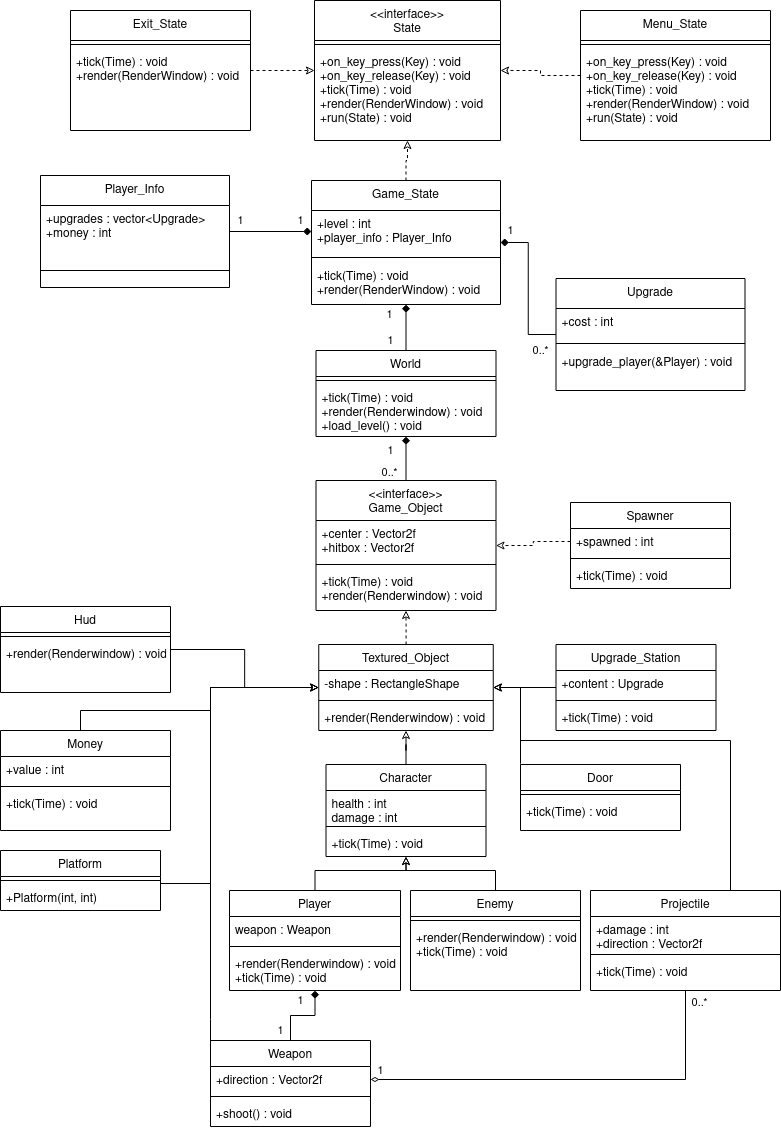
This is designspecifikation/Graphic/overview.png from Nuffsly/GhoulsGunsAndSilverBullets, a draw.io export, as it was before one commit. Source tidied: cells renumbered, new cells last; positions are measured from the earlier drawing's top-left corner, leaving out a move shared by most shapes.
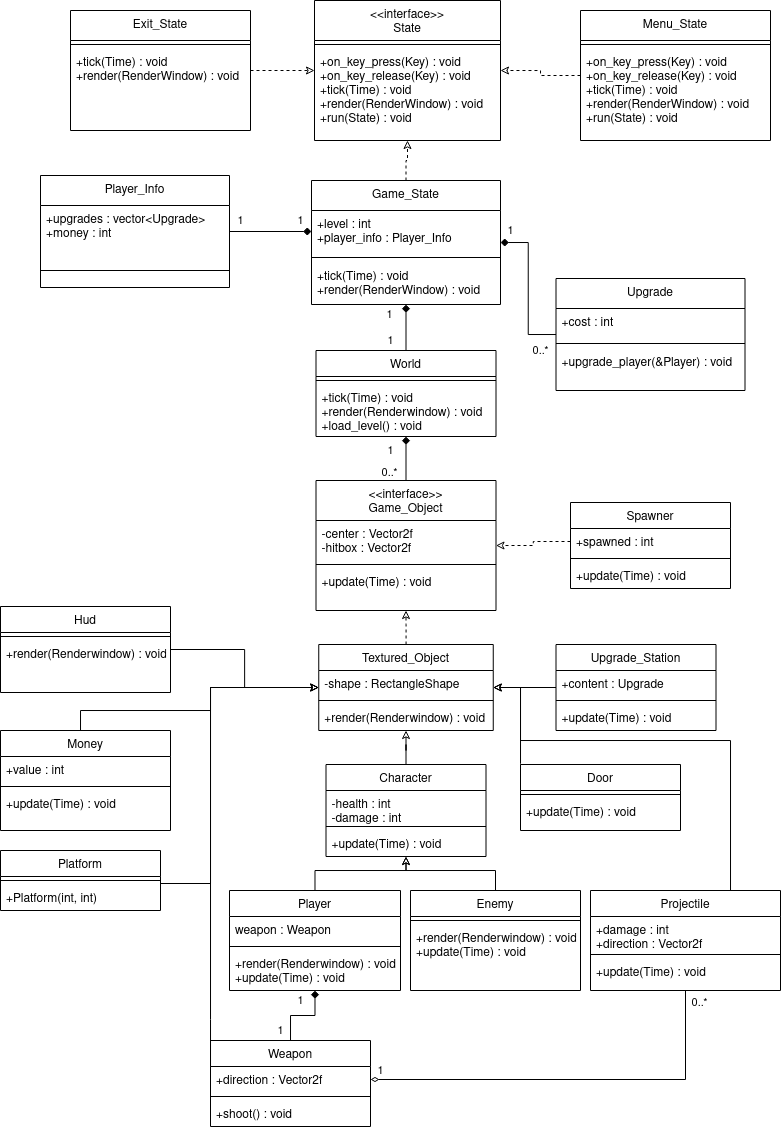
After the commit.

Commit message:
ändringar i designspecen, uppdaterat UML diagram

Change to the diagram source:
```diff
@@ -14,7 +14,7 @@
     <mxCell id="5" style="line;html=1;strokeWidth=1;align=left;verticalAlign=middle;spacingTop=-1;spacingLeft=3;spacingRight=3;labelPosition=right;" parent="3" vertex="1">
       <mxGeometry y="52" width="171" height="8" as="geometry" />
     </mxCell>
-    <mxCell id="6" value="+render(Renderwindow) : void&#10;+tick(Time) : void" style="text;align=left;verticalAlign=top;spacingLeft=4;spacingRight=4;overflow=hidden;" parent="3" vertex="1">
+    <mxCell id="6" value="+render(Renderwindow) : void&#10;+update(Time) : void" style="text;align=left;verticalAlign=top;spacingLeft=4;spacingRight=4;overflow=hidden;" parent="3" vertex="1">
       <mxGeometry y="60" width="171" height="40" as="geometry" />
     </mxCell>
     <mxCell id="7" style="edgeStyle=orthogonalEdgeStyle;rounded=0;jettySize=auto;html=1;startArrow=none;startFill=0;endArrow=classic;endFill=0;strokeColor=#000000;" parent="1" edge="1" source="8" target="85">
@@ -26,7 +26,7 @@
     <mxCell id="9" style="line;html=1;strokeWidth=1;align=left;verticalAlign=middle;spacingTop=-1;spacingLeft=3;spacingRight=3;labelPosition=right;" parent="8" vertex="1">
       <mxGeometry y="26" width="170" height="8" as="geometry" />
     </mxCell>
-    <mxCell id="10" value="+render(Renderwindow) : void&#10;+tick(Time) : void" style="text;align=left;verticalAlign=top;spacingLeft=4;spacingRight=4;overflow=hidden;" parent="8" vertex="1">
+    <mxCell id="10" value="+render(Renderwindow) : void&#10;+update(Time) : void" style="text;align=left;verticalAlign=top;spacingLeft=4;spacingRight=4;overflow=hidden;" parent="8" vertex="1">
       <mxGeometry y="34" width="170" height="40" as="geometry" />
     </mxCell>
     <mxCell id="11" style="edgeStyle=orthogonalEdgeStyle;rounded=0;jettySize=auto;html=1;startArrow=none;startFill=0;endArrow=classic;endFill=0;strokeColor=#000000;" parent="1" edge="1" source="12" target="52">
@@ -47,7 +47,7 @@
     <mxCell id="14" style="line;html=1;strokeWidth=1;align=left;verticalAlign=middle;spacingTop=-1;spacingLeft=3;spacingRight=3;labelPosition=right;" parent="12" vertex="1">
       <mxGeometry y="60" width="190" height="8" as="geometry" />
     </mxCell>
-    <mxCell id="15" value="+tick(Time) : void" style="text;align=left;verticalAlign=top;spacingLeft=4;spacingRight=4;overflow=hidden;" parent="12" vertex="1">
+    <mxCell id="15" value="+update(Time) : void" style="text;align=left;verticalAlign=top;spacingLeft=4;spacingRight=4;overflow=hidden;" parent="12" vertex="1">
       <mxGeometry y="68" width="190" height="32" as="geometry" />
     </mxCell>
     <mxCell id="16" style="edgeStyle=orthogonalEdgeStyle;rounded=0;jettySize=auto;html=1;startArrow=none;startFill=0;endArrow=classic;endFill=0;strokeColor=#000000;" parent="1" edge="1" source="17" target="52">
@@ -68,7 +68,7 @@
     <mxCell id="19" style="line;html=1;strokeWidth=1;align=left;verticalAlign=middle;spacingTop=-1;spacingLeft=3;spacingRight=3;labelPosition=right;" parent="17" vertex="1">
       <mxGeometry y="52" width="170" height="8" as="geometry" />
     </mxCell>
-    <mxCell id="20" value="+tick(Time) : void" style="text;align=left;verticalAlign=top;spacingLeft=4;spacingRight=4;overflow=hidden;" parent="17" vertex="1">
+    <mxCell id="20" value="+update(Time) : void" style="text;align=left;verticalAlign=top;spacingLeft=4;spacingRight=4;overflow=hidden;" parent="17" vertex="1">
       <mxGeometry y="60" width="170" height="40" as="geometry" />
     </mxCell>
     <mxCell id="21" style="edgeStyle=orthogonalEdgeStyle;rounded=0;jettySize=auto;html=1;startArrow=none;startFill=0;endArrow=classic;endFill=0;strokeColor=#000000;" parent="1" edge="1" source="22" target="52">
@@ -83,7 +83,7 @@
     <mxCell id="24" style="line;html=1;strokeWidth=1;align=left;verticalAlign=middle;spacingTop=-1;spacingLeft=3;spacingRight=3;labelPosition=right;" parent="22" vertex="1">
       <mxGeometry y="52" width="160" height="8" as="geometry" />
     </mxCell>
-    <mxCell id="25" value="+tick(Time) : void" style="text;align=left;verticalAlign=top;spacingLeft=4;spacingRight=4;overflow=hidden;" parent="22" vertex="1">
+    <mxCell id="25" value="+update(Time) : void" style="text;align=left;verticalAlign=top;spacingLeft=4;spacingRight=4;overflow=hidden;" parent="22" vertex="1">
       <mxGeometry y="60" width="160" height="26" as="geometry" />
     </mxCell>
     <mxCell id="26" style="edgeStyle=orthogonalEdgeStyle;rounded=0;jettySize=auto;html=1;startArrow=none;startFill=0;endArrow=classic;endFill=0;strokeColor=#000000;" parent="1" edge="1" source="27" target="52">
@@ -156,19 +156,19 @@
     <mxCell id="45" style="line;html=1;strokeWidth=1;align=left;verticalAlign=middle;spacingTop=-1;spacingLeft=3;spacingRight=3;labelPosition=right;" parent="44" vertex="1">
       <mxGeometry y="26" width="160" height="8" as="geometry" />
     </mxCell>
-    <mxCell id="46" value="+tick(Time) : void" style="text;align=left;verticalAlign=top;spacingLeft=4;spacingRight=4;overflow=hidden;" parent="44" vertex="1">
+    <mxCell id="46" value="+update(Time) : void" style="text;align=left;verticalAlign=top;spacingLeft=4;spacingRight=4;overflow=hidden;" parent="44" vertex="1">
       <mxGeometry y="34" width="160" height="26" as="geometry" />
     </mxCell>
     <mxCell id="47" value="&lt;&lt;interface&gt;&gt;&#10;Game_Object" style="swimlane;fontStyle=0;align=center;verticalAlign=top;horizontal=1;startSize=40;rounded=0;shadow=0;strokeWidth=1;" parent="1" vertex="1">
       <mxGeometry x="315.5" y="480" width="180" height="130" as="geometry" />
     </mxCell>
-    <mxCell id="48" value="+center : Vector2f&#10;+hitbox : Vector2f&#10;" style="text;align=left;verticalAlign=top;spacingLeft=4;spacingRight=4;overflow=hidden;" parent="47" vertex="1">
+    <mxCell id="48" value="-center : Vector2f&#10;-hitbox : Vector2f&#10;" style="text;align=left;verticalAlign=top;spacingLeft=4;spacingRight=4;overflow=hidden;" parent="47" vertex="1">
       <mxGeometry y="40" width="180" height="40" as="geometry" />
     </mxCell>
     <mxCell id="49" style="line;html=1;strokeWidth=1;align=left;verticalAlign=middle;spacingTop=-1;spacingLeft=3;spacingRight=3;labelPosition=right;" parent="47" vertex="1">
       <mxGeometry y="80" width="180" height="8" as="geometry" />
     </mxCell>
-    <mxCell id="50" value="+tick(Time) : void&#10;+render(Renderwindow) : void" style="text;align=left;verticalAlign=top;spacingLeft=4;spacingRight=4;overflow=hidden;" parent="47" vertex="1">
+    <mxCell id="50" value="+update(Time) : void" style="text;align=left;verticalAlign=top;spacingLeft=4;spacingRight=4;overflow=hidden;" parent="47" vertex="1">
       <mxGeometry y="88" width="180" height="42" as="geometry" />
     </mxCell>
     <mxCell id="51" style="edgeStyle=orthogonalEdgeStyle;rounded=0;jettySize=auto;html=1;startArrow=none;startFill=0;endArrow=classic;endFill=0;strokeColor=#000000;dashed=1;" parent="1" edge="1" source="52" target="47">
@@ -268,7 +268,7 @@
     <mxCell id="81" style="line;html=1;strokeWidth=1;align=left;verticalAlign=middle;spacingTop=-1;spacingLeft=3;spacingRight=3;labelPosition=right;" parent="79" vertex="1">
       <mxGeometry y="52" width="160" height="8" as="geometry" />
     </mxCell>
-    <mxCell id="82" value="+tick(Time) : void" style="text;align=left;verticalAlign=top;spacingLeft=4;spacingRight=4;overflow=hidden;" parent="79" vertex="1">
+    <mxCell id="82" value="+update(Time) : void" style="text;align=left;verticalAlign=top;spacingLeft=4;spacingRight=4;overflow=hidden;" parent="79" vertex="1">
       <mxGeometry y="60" width="160" height="26" as="geometry" />
     </mxCell>
     <mxCell id="83" style="edgeStyle=orthogonalEdgeStyle;rounded=0;jettySize=auto;html=1;dashed=1;startArrow=none;startFill=0;endArrow=classic;endFill=0;strokeColor=#000000;" parent="1" edge="1" source="80" target="47">
@@ -280,13 +280,13 @@
     <mxCell id="85" value="Character" style="swimlane;fontStyle=0;align=center;verticalAlign=top;horizontal=1;startSize=26;rounded=0;shadow=0;strokeWidth=1;" parent="1" vertex="1">
       <mxGeometry x="325.5" y="764" width="160" height="92" as="geometry" />
     </mxCell>
-    <mxCell id="86" value="health : int&#10;damage : int" style="text;align=left;verticalAlign=top;spacingLeft=4;spacingRight=4;overflow=hidden;" parent="85" vertex="1">
+    <mxCell id="86" value="-health : int&#10;-damage : int" style="text;align=left;verticalAlign=top;spacingLeft=4;spacingRight=4;overflow=hidden;" parent="85" vertex="1">
       <mxGeometry y="26" width="160" height="32" as="geometry" />
     </mxCell>
     <mxCell id="87" style="line;html=1;strokeWidth=1;align=left;verticalAlign=middle;spacingTop=-1;spacingLeft=3;spacingRight=3;labelPosition=right;" parent="85" vertex="1">
       <mxGeometry y="58" width="160" height="8" as="geometry" />
     </mxCell>
-    <mxCell id="88" value="+tick(Time) : void" style="text;align=left;verticalAlign=top;spacingLeft=4;spacingRight=4;overflow=hidden;" parent="85" vertex="1">
+    <mxCell id="88" value="+update(Time) : void" style="text;align=left;verticalAlign=top;spacingLeft=4;spacingRight=4;overflow=hidden;" parent="85" vertex="1">
       <mxGeometry y="66" width="160" height="26" as="geometry" />
     </mxCell>
     <mxCell id="89" value="1" style="edgeLabel;html=1;align=center;verticalAlign=middle;" parent="1" vertex="1">
```
